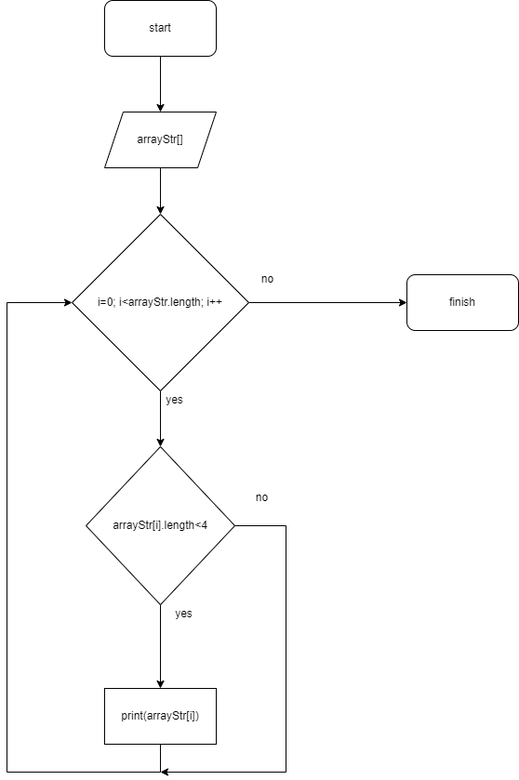
asf2007/finalHomework keeps this draw.io diagram as algo1.png. Above is the earlier version. Source tidied: cells renumbered, new cells last; positions are measured from the earlier drawing's top-left corner, leaving out a move shared by most shapes.
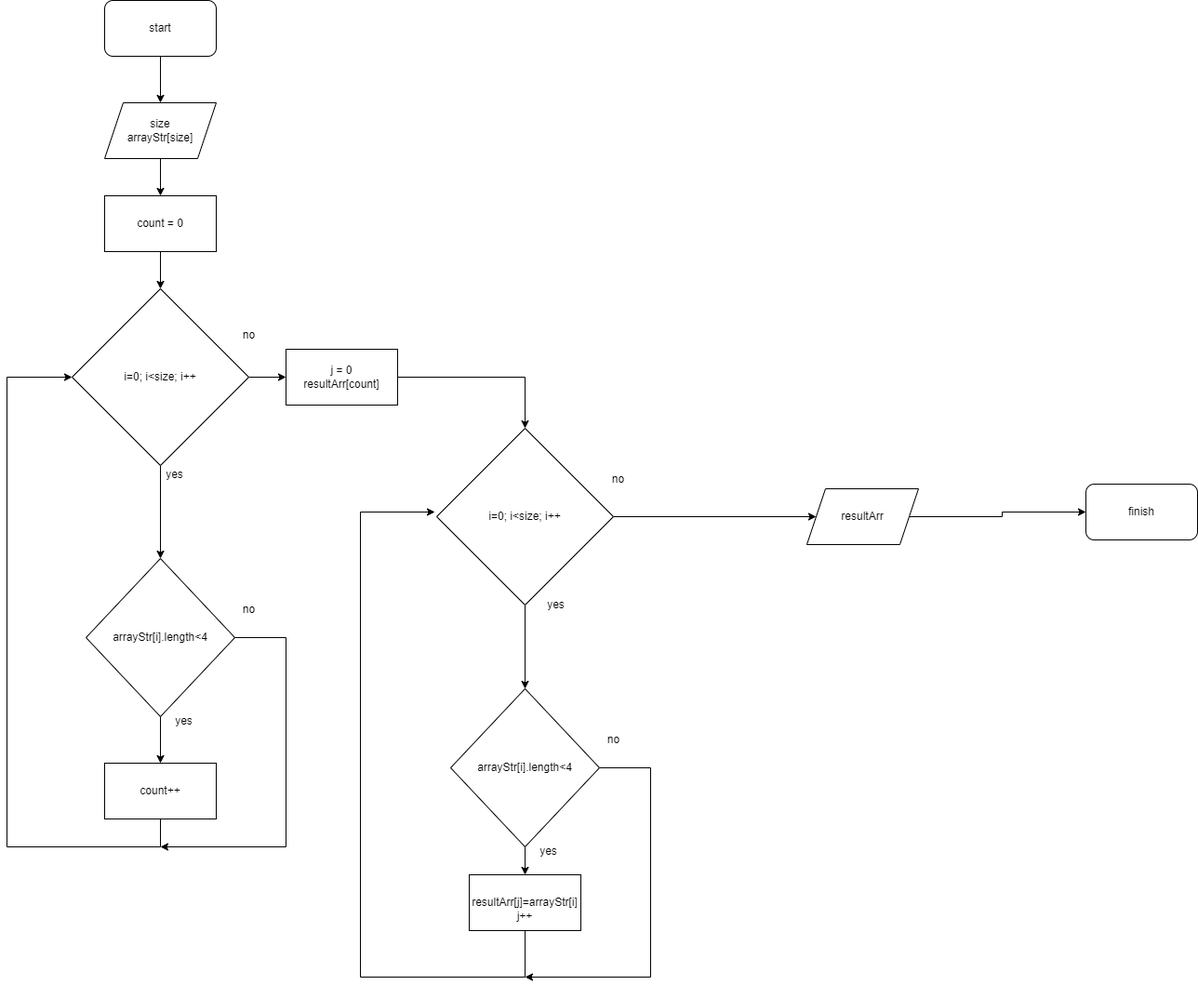
The same file after the commit.

Diff of the diagram source:
```diff
@@ -6,21 +6,21 @@
       <mxGeometry relative="1" as="geometry" />
     </mxCell>
     <mxCell id="3" value="start" style="rounded=1;whiteSpace=wrap;html=1;" parent="1" vertex="1">
-      <mxGeometry x="105" width="120" height="60" as="geometry" />
+      <mxGeometry x="105" y="-80" width="120" height="60" as="geometry" />
     </mxCell>
-    <mxCell id="4" style="edgeStyle=orthogonalEdgeStyle;rounded=0;jettySize=auto;html=1;entryX=0.5;entryY=0;entryDx=0;entryDy=0;" parent="1" edge="1" source="5" target="8">
-      <mxGeometry relative="1" as="geometry" />
-    </mxCell>
+    <mxCell id="19" style="edgeStyle=orthogonalEdgeStyle;rounded=0;jettySize=auto;html=1;exitX=0.5;exitY=1;exitDx=0;exitDy=0;entryX=0.5;entryY=0;entryDx=0;entryDy=0;" parent="1" edge="1" source="5" target="22">
+      <mxGeometry relative="1" as="geometry" />
+    </mxCell>
-    <mxCell id="5" value="arrayStr[]" style="shape=parallelogram;perimeter=parallelogramPerimeter;whiteSpace=wrap;html=1;fixedSize=1;" parent="1" vertex="1">
-      <mxGeometry x="105" y="120" width="120" height="60" as="geometry" />
+    <mxCell id="5" value="size&lt;br&gt;arrayStr[size]" style="shape=parallelogram;perimeter=parallelogramPerimeter;whiteSpace=wrap;html=1;fixedSize=1;" parent="1" vertex="1">
+      <mxGeometry x="105" y="30" width="120" height="60" as="geometry" />
     </mxCell>
-    <mxCell id="6" style="edgeStyle=orthogonalEdgeStyle;rounded=0;jettySize=auto;html=1;exitX=1;exitY=0.5;exitDx=0;exitDy=0;entryX=0;entryY=0.5;entryDx=0;entryDy=0;" parent="1" edge="1" source="8" target="12">
-      <mxGeometry relative="1" as="geometry" />
-    </mxCell>
     <mxCell id="7" style="edgeStyle=orthogonalEdgeStyle;rounded=0;jettySize=auto;html=1;entryX=0.5;entryY=0;entryDx=0;entryDy=0;" parent="1" edge="1" source="8" target="11">
       <mxGeometry relative="1" as="geometry" />
     </mxCell>
+    <mxCell id="20" style="edgeStyle=orthogonalEdgeStyle;rounded=0;jettySize=auto;html=1;" parent="1" edge="1" source="8" target="34">
+      <mxGeometry relative="1" as="geometry" />
+    </mxCell>
-    <mxCell id="8" value="i=0; i&amp;lt;arrayStr.length; i++" style="rhombus;whiteSpace=wrap;html=1;" parent="1" vertex="1">
+    <mxCell id="8" value="i=0; i&amp;lt;size; i++" style="rhombus;whiteSpace=wrap;html=1;" parent="1" vertex="1">
       <mxGeometry x="70" y="230" width="190" height="190" as="geometry" />
     </mxCell>
     <mxCell id="9" style="edgeStyle=orthogonalEdgeStyle;rounded=0;jettySize=auto;html=1;entryX=0.5;entryY=0;entryDx=0;entryDy=0;" parent="1" edge="1" source="11" target="14">
@@ -30,16 +30,16 @@
       <mxGeometry relative="1" as="geometry">
         <mxPoint x="165" y="830" as="targetPoint" />
         <Array as="points">
-          <mxPoint x="300" y="565" />
+          <mxPoint x="300" y="605" />
           <mxPoint x="300" y="830" />
         </Array>
       </mxGeometry>
     </mxCell>
     <mxCell id="11" value="arrayStr[i].length&amp;lt;4" style="rhombus;whiteSpace=wrap;html=1;" parent="1" vertex="1">
-      <mxGeometry x="85" y="480" width="160" height="170" as="geometry" />
+      <mxGeometry x="85" y="520" width="160" height="170" as="geometry" />
     </mxCell>
     <mxCell id="12" value="finish" style="rounded=1;whiteSpace=wrap;html=1;" parent="1" vertex="1">
-      <mxGeometry x="430" y="295" width="120" height="60" as="geometry" />
+      <mxGeometry x="1160" y="440" width="120" height="60" as="geometry" />
     </mxCell>
     <mxCell id="13" style="edgeStyle=orthogonalEdgeStyle;rounded=0;jettySize=auto;html=1;entryX=0;entryY=0.5;entryDx=0;entryDy=0;" parent="1" edge="1" source="14" target="8">
       <mxGeometry relative="1" as="geometry">
@@ -50,20 +50,87 @@
         </Array>
       </mxGeometry>
     </mxCell>
-    <mxCell id="14" value="print(arrayStr[i])" style="rounded=0;whiteSpace=wrap;html=1;" parent="1" vertex="1">
+    <mxCell id="14" value="count++" style="rounded=0;whiteSpace=wrap;html=1;" parent="1" vertex="1">
       <mxGeometry x="105" y="740" width="120" height="60" as="geometry" />
     </mxCell>
     <mxCell id="15" value="yes" style="text;html=1;align=center;verticalAlign=middle;strokeColor=none;fillColor=none;" parent="1" vertex="1">
       <mxGeometry x="160" y="415" width="40" height="30" as="geometry" />
     </mxCell>
     <mxCell id="16" value="no" style="text;html=1;align=center;verticalAlign=middle;strokeColor=none;fillColor=none;" parent="1" vertex="1">
-      <mxGeometry x="260" y="285" width="40" height="30" as="geometry" />
+      <mxGeometry x="240" y="265" width="40" height="30" as="geometry" />
     </mxCell>
     <mxCell id="17" value="yes" style="text;html=1;align=center;verticalAlign=middle;strokeColor=none;fillColor=none;" parent="1" vertex="1">
-      <mxGeometry x="170" y="645" width="40" height="30" as="geometry" />
+      <mxGeometry x="170" y="680" width="40" height="30" as="geometry" />
     </mxCell>
     <mxCell id="18" value="no" style="text;html=1;align=center;verticalAlign=middle;strokeColor=none;fillColor=none;" parent="1" vertex="1">
-      <mxGeometry x="254" y="520" width="40" height="30" as="geometry" />
+      <mxGeometry x="240" y="560" width="40" height="30" as="geometry" />
     </mxCell>
+    <mxCell id="21" style="edgeStyle=orthogonalEdgeStyle;rounded=0;jettySize=auto;html=1;exitX=0.5;exitY=1;exitDx=0;exitDy=0;entryX=0.5;entryY=0;entryDx=0;entryDy=0;" parent="1" edge="1" source="22" target="8">
+      <mxGeometry relative="1" as="geometry" />
+    </mxCell>
+    <mxCell id="22" value="count = 0" style="rounded=0;whiteSpace=wrap;html=1;" parent="1" vertex="1">
+      <mxGeometry x="105" y="130" width="120" height="60" as="geometry" />
+    </mxCell>
+    <mxCell id="23" style="edgeStyle=orthogonalEdgeStyle;rounded=0;jettySize=auto;html=1;exitX=0.5;exitY=1;exitDx=0;exitDy=0;entryX=0.5;entryY=0;entryDx=0;entryDy=0;" parent="1" edge="1" source="25" target="28">
+      <mxGeometry relative="1" as="geometry" />
+    </mxCell>
+    <mxCell id="24" style="edgeStyle=orthogonalEdgeStyle;rounded=0;jettySize=auto;html=1;" parent="1" edge="1" source="25" target="38">
+      <mxGeometry relative="1" as="geometry" />
+    </mxCell>
+    <mxCell id="25" value="i=0; i&amp;lt;size; i++" style="rhombus;whiteSpace=wrap;html=1;" parent="1" vertex="1">
+      <mxGeometry x="462" y="380" width="190" height="190" as="geometry" />
+    </mxCell>
+    <mxCell id="26" style="edgeStyle=orthogonalEdgeStyle;rounded=0;jettySize=auto;html=1;entryX=0.5;entryY=0;entryDx=0;entryDy=0;" parent="1" edge="1" source="28" target="30">
+      <mxGeometry relative="1" as="geometry" />
+    </mxCell>
+    <mxCell id="27" style="edgeStyle=orthogonalEdgeStyle;rounded=0;jettySize=auto;html=1;" parent="1" edge="1" source="28">
+      <mxGeometry relative="1" as="geometry">
+        <mxPoint x="557" y="970" as="targetPoint" />
+        <Array as="points">
+          <mxPoint x="692" y="745" />
+          <mxPoint x="692" y="970" />
+        </Array>
+      </mxGeometry>
+    </mxCell>
+    <mxCell id="28" value="arrayStr[i].length&amp;lt;4" style="rhombus;whiteSpace=wrap;html=1;" parent="1" vertex="1">
+      <mxGeometry x="477" y="660" width="160" height="170" as="geometry" />
+    </mxCell>
+    <mxCell id="29" style="edgeStyle=orthogonalEdgeStyle;rounded=0;jettySize=auto;html=1;" parent="1" edge="1" source="30">
+      <mxGeometry relative="1" as="geometry">
+        <mxPoint x="460" y="470" as="targetPoint" />
+        <Array as="points">
+          <mxPoint x="557" y="970" />
+          <mxPoint x="380" y="970" />
+          <mxPoint x="380" y="470" />
+        </Array>
+      </mxGeometry>
+    </mxCell>
+    <mxCell id="30" value="&lt;br&gt;resultArr[j]=arrayStr[i]&lt;br&gt;j++" style="rounded=0;whiteSpace=wrap;html=1;" parent="1" vertex="1">
+      <mxGeometry x="497" y="860" width="120" height="60" as="geometry" />
+    </mxCell>
+    <mxCell id="31" value="yes" style="text;html=1;align=center;verticalAlign=middle;strokeColor=none;fillColor=none;" parent="1" vertex="1">
+      <mxGeometry x="562" y="820" width="40" height="30" as="geometry" />
+    </mxCell>
+    <mxCell id="32" value="no" style="text;html=1;align=center;verticalAlign=middle;strokeColor=none;fillColor=none;" parent="1" vertex="1">
+      <mxGeometry x="632" y="700" width="40" height="30" as="geometry" />
+    </mxCell>
+    <mxCell id="33" style="edgeStyle=orthogonalEdgeStyle;rounded=0;jettySize=auto;html=1;entryX=0.5;entryY=0;entryDx=0;entryDy=0;" parent="1" edge="1" source="34" target="25">
+      <mxGeometry relative="1" as="geometry" />
+    </mxCell>
+    <mxCell id="34" value="j = 0&lt;br&gt;resultArr[count]" style="rounded=0;whiteSpace=wrap;html=1;" parent="1" vertex="1">
+      <mxGeometry x="300" y="295" width="120" height="60" as="geometry" />
+    </mxCell>
+    <mxCell id="35" value="no" style="text;html=1;align=center;verticalAlign=middle;strokeColor=none;fillColor=none;" parent="1" vertex="1">
+      <mxGeometry x="637" y="420" width="40" height="30" as="geometry" />
+    </mxCell>
+    <mxCell id="36" value="yes" style="text;html=1;align=center;verticalAlign=middle;strokeColor=none;fillColor=none;" parent="1" vertex="1">
+      <mxGeometry x="570" y="555" width="40" height="30" as="geometry" />
+    </mxCell>
+    <mxCell id="37" style="edgeStyle=orthogonalEdgeStyle;rounded=0;jettySize=auto;html=1;exitX=1;exitY=0.5;exitDx=0;exitDy=0;entryX=0;entryY=0.5;entryDx=0;entryDy=0;" parent="1" edge="1" source="38" target="12">
+      <mxGeometry relative="1" as="geometry" />
+    </mxCell>
+    <mxCell id="38" value="resultArr" style="shape=parallelogram;perimeter=parallelogramPerimeter;whiteSpace=wrap;html=1;fixedSize=1;" parent="1" vertex="1">
+      <mxGeometry x="860" y="445" width="120" height="60" as="geometry" />
+    </mxCell>
   </root>
 </mxGraphModel>
```
